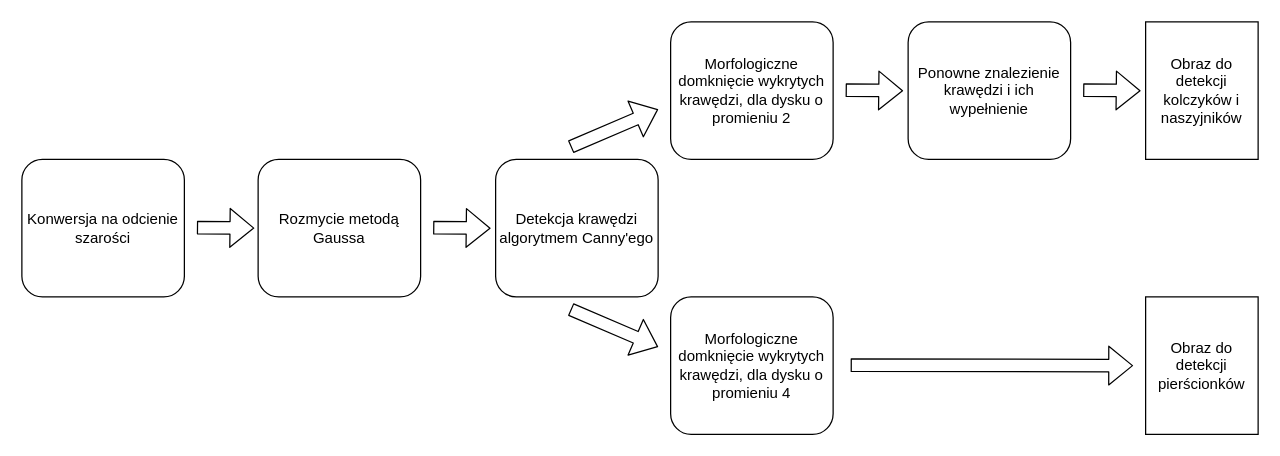
This is docs/Drawio/Transformacja_obrazu.drawio from PLPrzetwarzanieSygnalowiObrazow/przemyslowy-system-wizyjny, a draw.io file, before an edit. Source tidied: cells renumbered, new cells numbered last; positions are measured from the earlier drawing's top-left corner, leaving out a move shared by most shapes. Both pictures are drawn from the tidied source at 125%, with x=0, y=0 at pixel (21, 21).
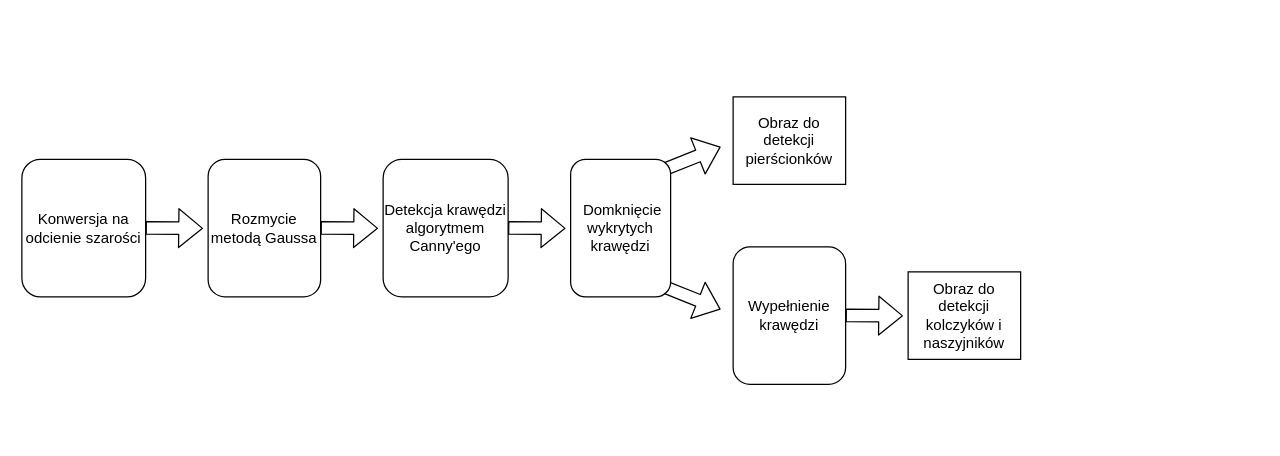
The same diagram, later.

Commit message (it also covers changes not shown here):
update block diagram

What changed in the source:
```diff
@@
+    <mxCell id="9" style="shape=flexArrow;endArrow=classic;html=1;" parent="1" edge="1">
+      <mxGeometry relative="1" as="geometry">
+        <mxPoint x="509" y="210" as="sourcePoint" />
+        <mxPoint x="559" y="230" as="targetPoint" />
+      </mxGeometry>
+    </mxCell>
+    <mxCell id="8" style="shape=flexArrow;endArrow=classic;html=1;" parent="1" edge="1">
+      <mxGeometry relative="1" as="geometry">
+        <mxPoint x="509" y="120" as="sourcePoint" />
+        <mxPoint x="559" y="100" as="targetPoint" />
+      </mxGeometry>
+    </mxCell>
     <mxCell id="2" value="Konwersja na odcienie szarości" style="rounded=1;whiteSpace=wrap;html=1;" parent="1" vertex="1">
-      <mxGeometry y="110" width="130" height="110" as="geometry" />
+      <mxGeometry y="110" width="99" height="110" as="geometry" />
     </mxCell>
     <mxCell id="3" value="Detekcja krawędzi algorytmem Canny'ego" style="rounded=1;whiteSpace=wrap;html=1;" parent="1" vertex="1">
-      <mxGeometry x="379" y="110" width="130" height="110" as="geometry" />
+      <mxGeometry x="289" y="110" width="100" height="110" as="geometry" />
     </mxCell>
-    <mxCell id="4" value="Morfologiczne domknięcie wykrytych krawędzi, dla dysku o promieniu 2" style="rounded=1;whiteSpace=wrap;html=1;" parent="1" vertex="1">
-      <mxGeometry x="519" width="130" height="110" as="geometry" />
+    <mxCell id="4" value="&amp;nbsp;Domknięcie wykrytych krawędzi" style="rounded=1;whiteSpace=wrap;html=1;" parent="1" vertex="1">
+      <mxGeometry x="439" y="110" width="80" height="110" as="geometry" />
     </mxCell>
-    <mxCell id="5" value="Morfologiczne domknięcie wykrytych krawędzi, dla dysku o promieniu 4" style="rounded=1;whiteSpace=wrap;html=1;" parent="1" vertex="1">
-      <mxGeometry x="519" y="220" width="130" height="110" as="geometry" />
-    </mxCell>
-    <mxCell id="6" value="Ponowne znalezienie krawędzi i ich wypełnienie" style="rounded=1;whiteSpace=wrap;html=1;" parent="1" vertex="1">
-      <mxGeometry x="709" width="130" height="110" as="geometry" />
+    <mxCell id="6" value="Wypełnienie krawędzi" style="rounded=1;whiteSpace=wrap;html=1;" parent="1" vertex="1">
+      <mxGeometry x="569" y="180" width="90" height="110" as="geometry" />
     </mxCell>
     <mxCell id="7" style="shape=flexArrow;endArrow=classic;html=1;" parent="1" edge="1">
       <mxGeometry relative="1" as="geometry">
-        <mxPoint x="140" y="164.5" as="sourcePoint" />
-        <mxPoint x="186" y="165" as="targetPoint" />
+        <mxPoint x="99" y="164.7" as="sourcePoint" />
+        <mxPoint x="145" y="165.2" as="targetPoint" />
       </mxGeometry>
     </mxCell>
-    <mxCell id="8" style="shape=flexArrow;endArrow=classic;html=1;" parent="1" edge="1">
-      <mxGeometry relative="1" as="geometry">
-        <mxPoint x="439" y="100" as="sourcePoint" />
-        <mxPoint x="509" y="70" as="targetPoint" />
-      </mxGeometry>
-    </mxCell>
-    <mxCell id="9" style="shape=flexArrow;endArrow=classic;html=1;" parent="1" edge="1">
-      <mxGeometry relative="1" as="geometry">
-        <mxPoint x="439" y="230" as="sourcePoint" />
-        <mxPoint x="509" y="260" as="targetPoint" />
-      </mxGeometry>
-    </mxCell>
     <mxCell id="10" style="shape=flexArrow;endArrow=classic;html=1;" parent="1" edge="1">
       <mxGeometry relative="1" as="geometry">
-        <mxPoint x="659" y="54.6" as="sourcePoint" />
-        <mxPoint x="705" y="55.1" as="targetPoint" />
+        <mxPoint x="659" y="234.7" as="sourcePoint" />
+        <mxPoint x="705" y="235.2" as="targetPoint" />
       </mxGeometry>
     </mxCell>
-    <mxCell id="11" style="shape=flexArrow;endArrow=classic;html=1;" parent="1" edge="1">
-      <mxGeometry relative="1" as="geometry">
-        <mxPoint x="663" y="274.6" as="sourcePoint" />
-        <mxPoint x="889" y="275" as="targetPoint" />
-      </mxGeometry>
-    </mxCell>
     <mxCell id="12" value="Obraz do detekcji pierścionków" style="rounded=0;whiteSpace=wrap;html=1;" parent="1" vertex="1">
-      <mxGeometry x="899" y="220" width="90" height="110" as="geometry" />
+      <mxGeometry x="569" y="60" width="90" height="70" as="geometry" />
     </mxCell>
     <mxCell id="13" value="Obraz do detekcji kolczyków i naszyjników" style="rounded=0;whiteSpace=wrap;html=1;" parent="1" vertex="1">
-      <mxGeometry x="899" width="90" height="110" as="geometry" />
+      <mxGeometry x="709" y="200" width="90" height="70" as="geometry" />
     </mxCell>
-    <mxCell id="14" style="shape=flexArrow;endArrow=classic;html=1;" parent="1" edge="1">
-      <mxGeometry relative="1" as="geometry">
-        <mxPoint x="849" y="54.6" as="sourcePoint" />
-        <mxPoint x="895" y="55.1" as="targetPoint" />
-      </mxGeometry>
-    </mxCell>
+    <mxCell id="16" style="shape=flexArrow;endArrow=classic;html=1;" parent="1" edge="1">
+      <mxGeometry relative="1" as="geometry">
+        <mxPoint x="239" y="164.7" as="sourcePoint" />
+        <mxPoint x="285" y="165.2" as="targetPoint" />
+      </mxGeometry>
+    </mxCell>
+    <mxCell id="17" style="shape=flexArrow;endArrow=classic;html=1;" parent="1" edge="1">
+      <mxGeometry relative="1" as="geometry">
+        <mxPoint x="389" y="164.7" as="sourcePoint" />
+        <mxPoint x="435" y="165.2" as="targetPoint" />
+      </mxGeometry>
+    </mxCell>
     <mxCell id="15" value="Rozmycie metodą Gaussa" style="rounded=1;whiteSpace=wrap;html=1;" parent="1" vertex="1">
-      <mxGeometry x="189" y="110" width="130" height="110" as="geometry" />
+      <mxGeometry x="149" y="110" width="90" height="110" as="geometry" />
     </mxCell>
-    <mxCell id="16" style="shape=flexArrow;endArrow=classic;html=1;" parent="1" edge="1">
-      <mxGeometry relative="1" as="geometry">
-        <mxPoint x="329" y="164.6" as="sourcePoint" />
-        <mxPoint x="375" y="165.1" as="targetPoint" />
-      </mxGeometry>
-    </mxCell>
```
